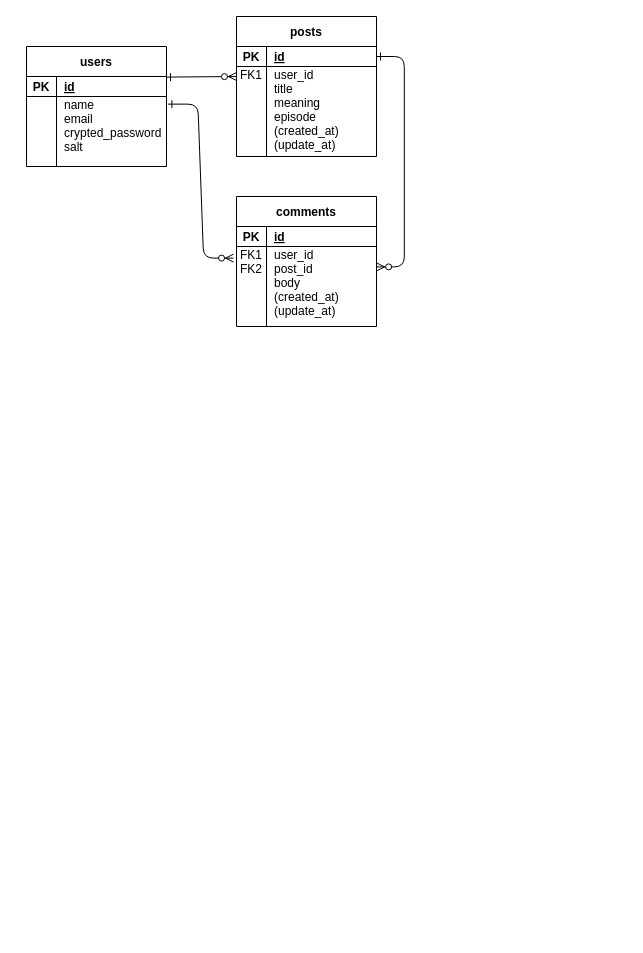
RUNTEQ-62-GROUP-DEVELOPMENT/Group1 keeps this draw.io diagram as Group1_ER図.drawio. Above is the earlier version. Source tidied: cells renumbered, new cells numbered last; positions are measured from the earlier drawing's top-left corner, leaving out a move shared by most shapes. Both pictures are drawn from the tidied source at 100%, with x=0, y=0 at pixel (26, 16).
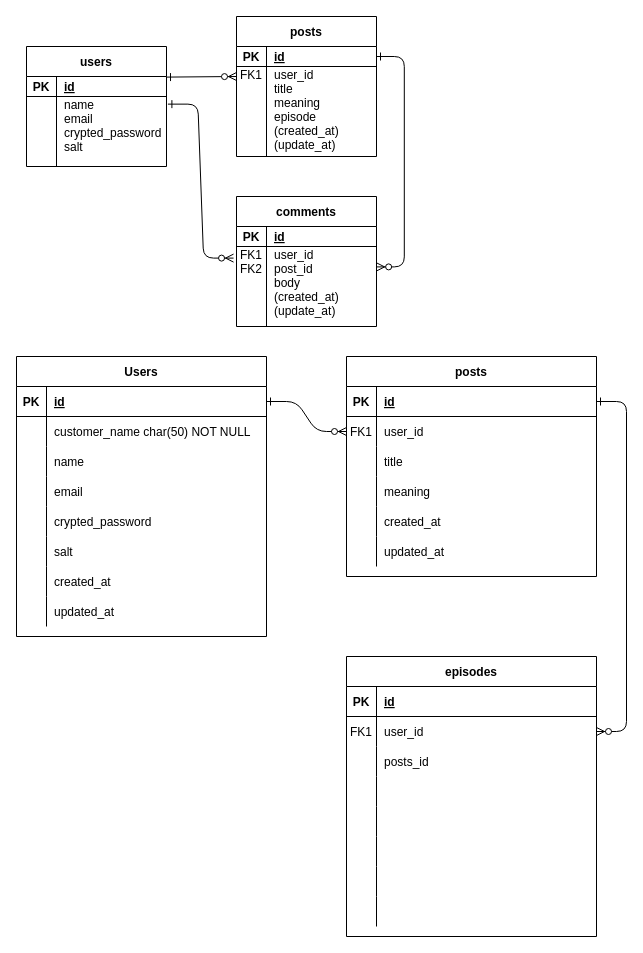
After the change.

Commit message:
Group1_ER図.drawio を更新します

Change to the diagram source:
```diff
@@
+    <mxCell id="26" style="edgeStyle=entityRelationEdgeStyle;endArrow=ERzeroToMany;startArrow=ERone;endFill=1;startFill=0;" parent="1" edge="1" source="73" target="32">
+      <mxGeometry relative="1" as="geometry" />
+    </mxCell>
+    <mxCell id="27" style="edgeStyle=entityRelationEdgeStyle;endArrow=ERzeroToMany;startArrow=ERone;endFill=1;startFill=0;" parent="1" edge="1" source="29" target="51">
+      <mxGeometry relative="1" as="geometry" />
+    </mxCell>
+    <mxCell id="28" value="posts" style="shape=table;startSize=30;childLayout=tableLayout;rowLines=0;fontStyle=1;align=center;" parent="1" vertex="1">
+      <mxGeometry x="320" y="340" width="250" height="220" as="geometry" />
+    </mxCell>
+    <mxCell id="29" style="shape=partialRectangle;fillColor=none;points=[[0,0.5],[1,0.5]];portConstraint=eastwest;top=0;left=0;right=0;bottom=1;" parent="28" vertex="1">
+      <mxGeometry y="30" width="250" height="30" as="geometry" />
+    </mxCell>
+    <mxCell id="30" value="PK" style="shape=partialRectangle;overflow=hidden;fillColor=none;top=0;left=0;bottom=0;right=0;fontStyle=1;" parent="29" vertex="1">
+      <mxGeometry width="30" height="30" as="geometry" />
+    </mxCell>
+    <mxCell id="31" value="id" style="shape=partialRectangle;overflow=hidden;fillColor=none;top=0;left=0;bottom=0;right=0;align=left;spacingLeft=6;fontStyle=5;" parent="29" vertex="1">
+      <mxGeometry x="30" width="220" height="30" as="geometry" />
+    </mxCell>
+    <mxCell id="32" style="shape=partialRectangle;fillColor=none;points=[[0,0.5],[1,0.5]];portConstraint=eastwest;top=0;left=0;right=0;bottom=0;" parent="28" vertex="1">
+      <mxGeometry y="60" width="250" height="30" as="geometry" />
+    </mxCell>
+    <mxCell id="33" value="FK1" style="shape=partialRectangle;overflow=hidden;fillColor=none;top=0;left=0;bottom=0;right=0;" parent="32" vertex="1">
+      <mxGeometry width="30" height="30" as="geometry" />
+    </mxCell>
+    <mxCell id="34" value="user_id" style="shape=partialRectangle;overflow=hidden;fillColor=none;top=0;left=0;bottom=0;right=0;align=left;spacingLeft=6;" parent="32" vertex="1">
+      <mxGeometry x="30" width="220" height="30" as="geometry" />
+    </mxCell>
+    <mxCell id="35" style="shape=partialRectangle;fillColor=none;top=0;left=0;right=0;bottom=0;" parent="28" vertex="1">
+      <mxGeometry y="90" width="250" height="30" as="geometry" />
+    </mxCell>
+    <mxCell id="36" style="shape=partialRectangle;overflow=hidden;fillColor=none;top=0;left=0;bottom=0;right=0;" parent="35" vertex="1">
+      <mxGeometry width="30" height="30" as="geometry" />
+    </mxCell>
+    <mxCell id="37" value="title" style="shape=partialRectangle;overflow=hidden;fillColor=none;top=0;left=0;bottom=0;right=0;align=left;spacingLeft=6;" parent="35" vertex="1">
+      <mxGeometry x="30" width="220" height="30" as="geometry" />
+    </mxCell>
+    <mxCell id="38" style="shape=partialRectangle;fillColor=none;top=0;left=0;right=0;bottom=0;" parent="28" vertex="1">
+      <mxGeometry y="120" width="250" height="30" as="geometry" />
+    </mxCell>
+    <mxCell id="39" style="shape=partialRectangle;overflow=hidden;fillColor=none;top=0;left=0;bottom=0;right=0;" parent="38" vertex="1">
+      <mxGeometry width="30" height="30" as="geometry" />
+    </mxCell>
+    <mxCell id="40" value="meaning" style="shape=partialRectangle;overflow=hidden;fillColor=none;top=0;left=0;bottom=0;right=0;align=left;spacingLeft=6;" parent="38" vertex="1">
+      <mxGeometry x="30" width="220" height="30" as="geometry" />
+    </mxCell>
+    <mxCell id="41" style="shape=partialRectangle;fillColor=none;top=0;left=0;right=0;bottom=0;" parent="28" vertex="1">
+      <mxGeometry y="150" width="250" height="30" as="geometry" />
+    </mxCell>
+    <mxCell id="42" style="shape=partialRectangle;overflow=hidden;fillColor=none;top=0;left=0;bottom=0;right=0;" parent="41" vertex="1">
+      <mxGeometry width="30" height="30" as="geometry" />
+    </mxCell>
+    <mxCell id="43" value="created_at" style="shape=partialRectangle;overflow=hidden;fillColor=none;top=0;left=0;bottom=0;right=0;align=left;spacingLeft=6;" parent="41" vertex="1">
+      <mxGeometry x="30" width="220" height="30" as="geometry" />
+    </mxCell>
+    <mxCell id="44" style="shape=partialRectangle;fillColor=none;top=0;left=0;right=0;bottom=0;" parent="28" vertex="1">
+      <mxGeometry y="180" width="250" height="30" as="geometry" />
+    </mxCell>
+    <mxCell id="45" style="shape=partialRectangle;overflow=hidden;fillColor=none;top=0;left=0;bottom=0;right=0;" parent="44" vertex="1">
+      <mxGeometry width="30" height="30" as="geometry" />
+    </mxCell>
+    <mxCell id="46" value="updated_at" style="shape=partialRectangle;overflow=hidden;fillColor=none;top=0;left=0;bottom=0;right=0;align=left;spacingLeft=6;" parent="44" vertex="1">
+      <mxGeometry x="30" width="220" height="30" as="geometry" />
+    </mxCell>
+    <mxCell id="47" value="episodes" style="shape=table;startSize=30;childLayout=tableLayout;rowLines=0;fontStyle=1;align=center;" parent="1" vertex="1">
+      <mxGeometry x="320" y="640" width="250" height="280" as="geometry" />
+    </mxCell>
+    <mxCell id="48" style="shape=partialRectangle;fillColor=none;top=0;left=0;right=0;bottom=1;" parent="47" vertex="1">
+      <mxGeometry y="30" width="250" height="30" as="geometry" />
+    </mxCell>
+    <mxCell id="49" value="PK" style="shape=partialRectangle;overflow=hidden;fillColor=none;top=0;left=0;bottom=0;right=0;fontStyle=1;" parent="48" vertex="1">
+      <mxGeometry width="30" height="30" as="geometry" />
+    </mxCell>
+    <mxCell id="50" value="id" style="shape=partialRectangle;overflow=hidden;fillColor=none;top=0;left=0;bottom=0;right=0;align=left;spacingLeft=6;fontStyle=5;" parent="48" vertex="1">
+      <mxGeometry x="30" width="220" height="30" as="geometry" />
+    </mxCell>
+    <mxCell id="51" style="shape=partialRectangle;fillColor=none;points=[[0,0.5],[1,0.5]];portConstraint=eastwest;top=0;left=0;right=0;bottom=0;" parent="47" vertex="1">
+      <mxGeometry y="60" width="250" height="30" as="geometry" />
+    </mxCell>
+    <mxCell id="52" value="FK1" style="shape=partialRectangle;overflow=hidden;fillColor=none;top=0;left=0;bottom=0;right=0;" parent="51" vertex="1">
+      <mxGeometry width="30" height="30" as="geometry" />
+    </mxCell>
+    <mxCell id="53" value="user_id" style="shape=partialRectangle;overflow=hidden;fillColor=none;top=0;left=0;bottom=0;right=0;align=left;spacingLeft=6;" parent="51" vertex="1">
+      <mxGeometry x="30" width="220" height="30" as="geometry" />
+    </mxCell>
+    <mxCell id="54" style="shape=partialRectangle;fillColor=none;top=0;left=0;right=0;bottom=0;" parent="47" vertex="1">
+      <mxGeometry y="90" width="250" height="30" as="geometry" />
+    </mxCell>
+    <mxCell id="55" style="shape=partialRectangle;overflow=hidden;fillColor=none;top=0;left=0;bottom=0;right=0;" parent="54" vertex="1">
+      <mxGeometry width="30" height="30" as="geometry" />
+    </mxCell>
+    <mxCell id="56" value="posts_id" style="shape=partialRectangle;overflow=hidden;fillColor=none;top=0;left=0;bottom=0;right=0;align=left;spacingLeft=6;" parent="54" vertex="1">
+      <mxGeometry x="30" width="220" height="30" as="geometry" />
+    </mxCell>
+    <mxCell id="57" style="shape=partialRectangle;fillColor=none;top=0;left=0;right=0;bottom=0;" parent="47" vertex="1">
+      <mxGeometry y="120" width="250" height="30" as="geometry" />
+    </mxCell>
+    <mxCell id="58" style="shape=partialRectangle;overflow=hidden;fillColor=none;top=0;left=0;bottom=0;right=0;" parent="57" vertex="1">
+      <mxGeometry width="30" height="30" as="geometry" />
+    </mxCell>
+    <mxCell id="59" style="shape=partialRectangle;overflow=hidden;fillColor=none;top=0;left=0;bottom=0;right=0;align=left;spacingLeft=6;" parent="57" vertex="1">
+      <mxGeometry x="30" width="220" height="30" as="geometry" />
+    </mxCell>
+    <mxCell id="60" style="shape=partialRectangle;fillColor=none;top=0;left=0;right=0;bottom=0;" parent="47" vertex="1">
+      <mxGeometry y="150" width="250" height="30" as="geometry" />
+    </mxCell>
+    <mxCell id="61" style="shape=partialRectangle;overflow=hidden;fillColor=none;top=0;left=0;bottom=0;right=0;" parent="60" vertex="1">
+      <mxGeometry width="30" height="30" as="geometry" />
+    </mxCell>
+    <mxCell id="62" style="shape=partialRectangle;overflow=hidden;fillColor=none;top=0;left=0;bottom=0;right=0;align=left;spacingLeft=6;" parent="60" vertex="1">
+      <mxGeometry x="30" width="220" height="30" as="geometry" />
+    </mxCell>
+    <mxCell id="63" style="shape=partialRectangle;fillColor=none;top=0;left=0;right=0;bottom=0;" parent="47" vertex="1">
+      <mxGeometry y="180" width="250" height="30" as="geometry" />
+    </mxCell>
+    <mxCell id="64" style="shape=partialRectangle;overflow=hidden;fillColor=none;top=0;left=0;bottom=0;right=0;" parent="63" vertex="1">
+      <mxGeometry width="30" height="30" as="geometry" />
+    </mxCell>
+    <mxCell id="65" style="shape=partialRectangle;overflow=hidden;fillColor=none;top=0;left=0;bottom=0;right=0;align=left;spacingLeft=6;" parent="63" vertex="1">
+      <mxGeometry x="30" width="220" height="30" as="geometry" />
+    </mxCell>
+    <mxCell id="66" style="shape=partialRectangle;fillColor=none;top=0;left=0;right=0;bottom=0;" parent="47" vertex="1">
+      <mxGeometry y="210" width="250" height="30" as="geometry" />
+    </mxCell>
+    <mxCell id="67" style="shape=partialRectangle;overflow=hidden;fillColor=none;top=0;left=0;bottom=0;right=0;" parent="66" vertex="1">
+      <mxGeometry width="30" height="30" as="geometry" />
+    </mxCell>
+    <mxCell id="68" style="shape=partialRectangle;overflow=hidden;fillColor=none;top=0;left=0;bottom=0;right=0;align=left;spacingLeft=6;" parent="66" vertex="1">
+      <mxGeometry x="30" width="220" height="30" as="geometry" />
+    </mxCell>
+    <mxCell id="69" style="shape=partialRectangle;fillColor=none;top=0;left=0;right=0;bottom=0;" parent="47" vertex="1">
+      <mxGeometry y="240" width="250" height="30" as="geometry" />
+    </mxCell>
+    <mxCell id="70" style="shape=partialRectangle;overflow=hidden;fillColor=none;top=0;left=0;bottom=0;right=0;" parent="69" vertex="1">
+      <mxGeometry width="30" height="30" as="geometry" />
+    </mxCell>
+    <mxCell id="71" style="shape=partialRectangle;overflow=hidden;fillColor=none;top=0;left=0;bottom=0;right=0;align=left;spacingLeft=6;" parent="69" vertex="1">
+      <mxGeometry x="30" width="220" height="30" as="geometry" />
+    </mxCell>
+    <mxCell id="72" value="Users" style="shape=table;startSize=30;childLayout=tableLayout;rowLines=0;fontStyle=1;align=center;" parent="1" vertex="1">
+      <mxGeometry x="-10" y="340" width="250" height="280" as="geometry" />
+    </mxCell>
+    <mxCell id="73" style="shape=partialRectangle;fillColor=none;points=[[0,0.5],[1,0.5]];portConstraint=eastwest;top=0;left=0;right=0;bottom=1;" parent="72" vertex="1">
+      <mxGeometry y="30" width="250" height="30" as="geometry" />
+    </mxCell>
+    <mxCell id="74" value="PK" style="shape=partialRectangle;overflow=hidden;fillColor=none;top=0;left=0;bottom=0;right=0;fontStyle=1;" parent="73" vertex="1">
+      <mxGeometry width="30" height="30" as="geometry" />
+    </mxCell>
+    <mxCell id="75" value="id" style="shape=partialRectangle;overflow=hidden;fillColor=none;top=0;left=0;bottom=0;right=0;align=left;spacingLeft=6;fontStyle=5;" parent="73" vertex="1">
+      <mxGeometry x="30" width="220" height="30" as="geometry" />
+    </mxCell>
+    <mxCell id="76" style="shape=partialRectangle;fillColor=none;top=0;left=0;right=0;bottom=0;" parent="72" vertex="1">
+      <mxGeometry y="60" width="250" height="30" as="geometry" />
+    </mxCell>
+    <mxCell id="77" style="shape=partialRectangle;overflow=hidden;fillColor=none;top=0;left=0;bottom=0;right=0;" parent="76" vertex="1">
+      <mxGeometry width="30" height="30" as="geometry" />
+    </mxCell>
+    <mxCell id="78" value="customer_name char(50) NOT NULL" style="shape=partialRectangle;overflow=hidden;fillColor=none;top=0;left=0;bottom=0;right=0;align=left;spacingLeft=6;" parent="76" vertex="1">
+      <mxGeometry x="30" width="220" height="30" as="geometry" />
+    </mxCell>
+    <mxCell id="79" style="shape=partialRectangle;fillColor=none;top=0;left=0;right=0;bottom=0;" parent="72" vertex="1">
+      <mxGeometry y="90" width="250" height="30" as="geometry" />
+    </mxCell>
+    <mxCell id="80" style="shape=partialRectangle;overflow=hidden;fillColor=none;top=0;left=0;bottom=0;right=0;" parent="79" vertex="1">
+      <mxGeometry width="30" height="30" as="geometry" />
+    </mxCell>
+    <mxCell id="81" value="name" style="shape=partialRectangle;overflow=hidden;fillColor=none;top=0;left=0;bottom=0;right=0;align=left;spacingLeft=6;" parent="79" vertex="1">
+      <mxGeometry x="30" width="220" height="30" as="geometry" />
+    </mxCell>
+    <mxCell id="82" style="shape=partialRectangle;fillColor=none;top=0;left=0;right=0;bottom=0;" parent="72" vertex="1">
+      <mxGeometry y="120" width="250" height="30" as="geometry" />
+    </mxCell>
+    <mxCell id="83" style="shape=partialRectangle;overflow=hidden;fillColor=none;top=0;left=0;bottom=0;right=0;" parent="82" vertex="1">
+      <mxGeometry width="30" height="30" as="geometry" />
+    </mxCell>
+    <mxCell id="84" value="email" style="shape=partialRectangle;overflow=hidden;fillColor=none;top=0;left=0;bottom=0;right=0;align=left;spacingLeft=6;" parent="82" vertex="1">
+      <mxGeometry x="30" width="220" height="30" as="geometry" />
+    </mxCell>
+    <mxCell id="85" style="shape=partialRectangle;fillColor=none;top=0;left=0;right=0;bottom=0;" parent="72" vertex="1">
+      <mxGeometry y="150" width="250" height="30" as="geometry" />
+    </mxCell>
+    <mxCell id="86" style="shape=partialRectangle;overflow=hidden;fillColor=none;top=0;left=0;bottom=0;right=0;" parent="85" vertex="1">
+      <mxGeometry width="30" height="30" as="geometry" />
+    </mxCell>
+    <mxCell id="87" value="crypted_password" style="shape=partialRectangle;overflow=hidden;fillColor=none;top=0;left=0;bottom=0;right=0;align=left;spacingLeft=6;" parent="85" vertex="1">
+      <mxGeometry x="30" width="220" height="30" as="geometry" />
+    </mxCell>
+    <mxCell id="88" style="shape=partialRectangle;fillColor=none;top=0;left=0;right=0;bottom=0;" parent="72" vertex="1">
+      <mxGeometry y="180" width="250" height="30" as="geometry" />
+    </mxCell>
+    <mxCell id="89" style="shape=partialRectangle;overflow=hidden;fillColor=none;top=0;left=0;bottom=0;right=0;" parent="88" vertex="1">
+      <mxGeometry width="30" height="30" as="geometry" />
+    </mxCell>
+    <mxCell id="90" value="salt" style="shape=partialRectangle;overflow=hidden;fillColor=none;top=0;left=0;bottom=0;right=0;align=left;spacingLeft=6;" parent="88" vertex="1">
+      <mxGeometry x="30" width="220" height="30" as="geometry" />
+    </mxCell>
+    <mxCell id="91" style="shape=partialRectangle;fillColor=none;top=0;left=0;right=0;bottom=0;" parent="72" vertex="1">
+      <mxGeometry y="210" width="250" height="30" as="geometry" />
+    </mxCell>
+    <mxCell id="92" style="shape=partialRectangle;overflow=hidden;fillColor=none;top=0;left=0;bottom=0;right=0;" parent="91" vertex="1">
+      <mxGeometry width="30" height="30" as="geometry" />
+    </mxCell>
+    <mxCell id="93" value="created_at" style="shape=partialRectangle;overflow=hidden;fillColor=none;top=0;left=0;bottom=0;right=0;align=left;spacingLeft=6;" parent="91" vertex="1">
+      <mxGeometry x="30" width="220" height="30" as="geometry" />
+    </mxCell>
+    <mxCell id="94" style="shape=partialRectangle;fillColor=none;top=0;left=0;right=0;bottom=0;" parent="72" vertex="1">
+      <mxGeometry y="240" width="250" height="30" as="geometry" />
+    </mxCell>
+    <mxCell id="95" style="shape=partialRectangle;overflow=hidden;fillColor=none;top=0;left=0;bottom=0;right=0;" parent="94" vertex="1">
+      <mxGeometry width="30" height="30" as="geometry" />
+    </mxCell>
+    <mxCell id="96" value="updated_at" style="shape=partialRectangle;overflow=hidden;fillColor=none;top=0;left=0;bottom=0;right=0;align=left;spacingLeft=6;" parent="94" vertex="1">
+      <mxGeometry x="30" width="220" height="30" as="geometry" />
+    </mxCell>
```
